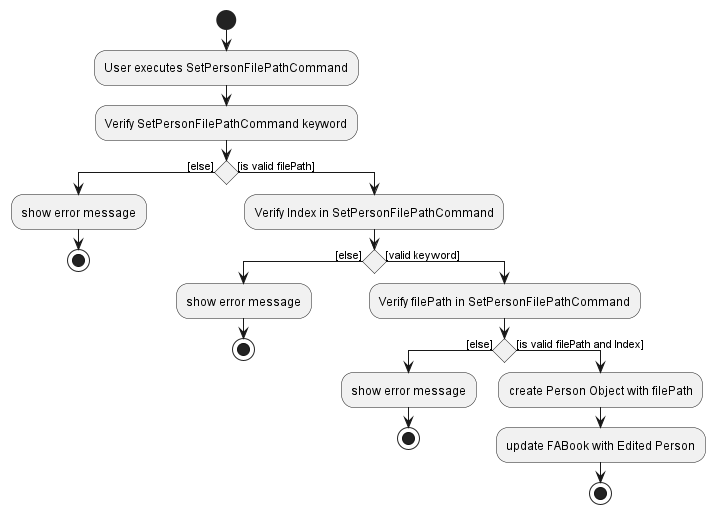
Earlier version of the PlantUML export docs/images/DeveloperGuide/FilePath/FilePathActivityDiagram.png (nus-cs2103-AY2223S1/tp).
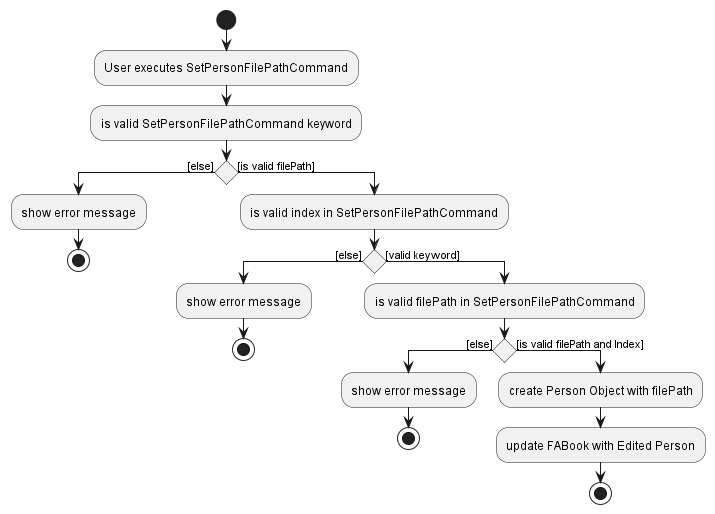
The same diagram one commit later.

Diff of the diagram source:
```diff
@@ -4,19 +4,19 @@
 start
 :User executes SetPersonFilePathCommand;
 
-:Verify SetPersonFilePathCommand keyword;
+:is valid SetPersonFilePathCommand keyword;
 if() then ([else])
 :show error message;
 stop
 
 else ([is valid filePath])
-:Verify Index in SetPersonFilePathCommand;
+:is valid index in SetPersonFilePathCommand;
 if() then ([else])
 :show error message;
 stop
 
 else ([valid keyword])
-:Verify filePath in SetPersonFilePathCommand;
+:is valid filePath in SetPersonFilePathCommand;
 if() then ([else])
 :show error message;
 stop
```
